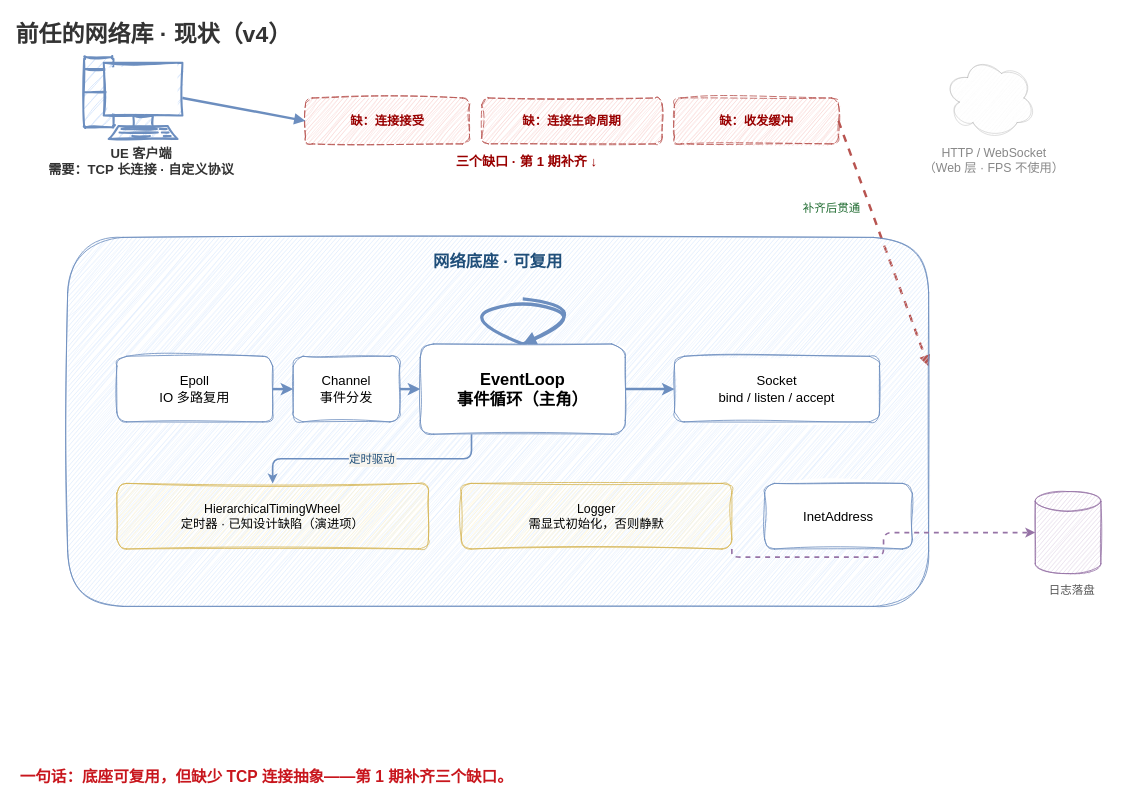
Earlier version of the draw.io diagram docs/episodes/ep01/current_design_v4.drawio (x-PiXiu/Sightline). Source tidied: cells renumbered, new cells numbered last; positions are measured from the earlier drawing's top-left corner, leaving out a move shared by most shapes. Both pictures are drawn from the tidied source at 82%, with x=0, y=0 at pixel (14, 14).
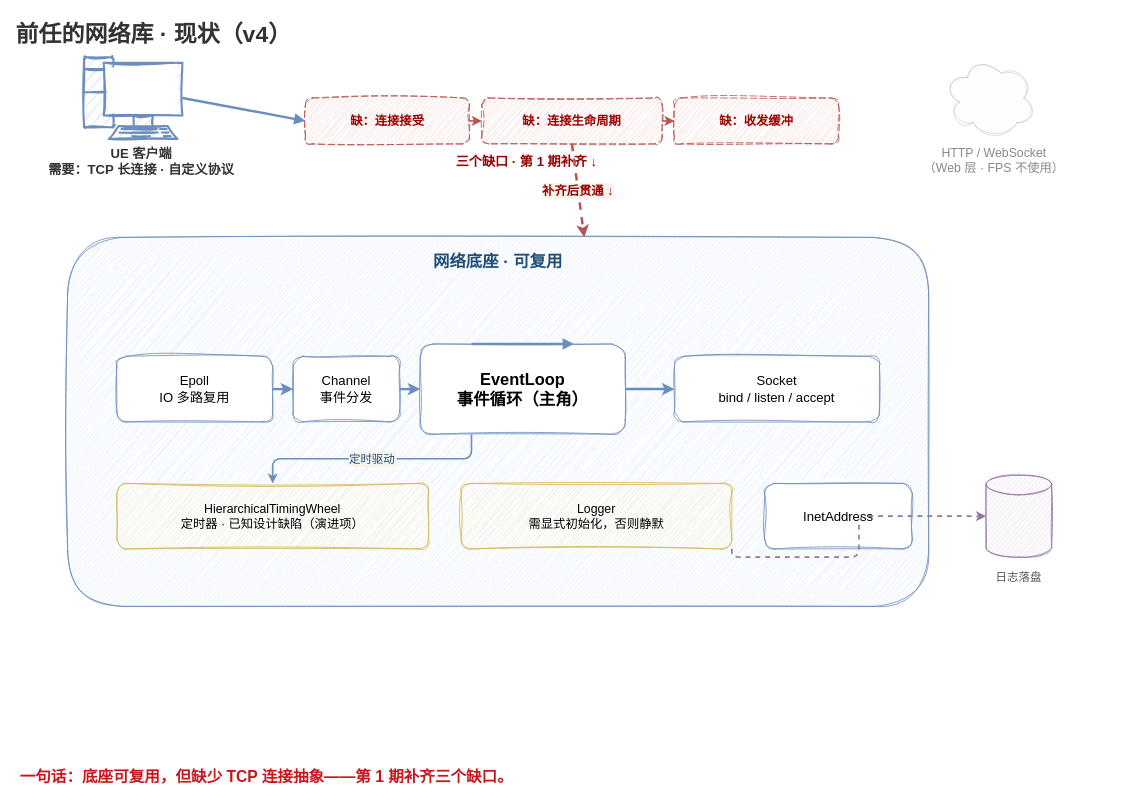
Above is the later version.

Commit message (it also covers changes not shown here):
docs(ep01): 现状架构图 v4 细节收尾——残骸清除/自环规整/圆柱就近

The change refers to these unchanged cells:
```xml
<mxCell id="7" value="缺：连接接受" style="rounded=1;whiteSpace=wrap;fillColor=#f8cecc;strokeColor=#b85450;fontSize=15;fontStyle=1;fontColor=#990000;dashed=1;dashPattern=8 4;sketch=1;curveFitting=1;jiggle=2;" parent="1" vertex="1">
  <mxGeometry x="355" y="102" width="200" height="56" as="geometry" />
</mxCell>
<mxCell id="8" value="缺：连接生命周期" style="rounded=1;whiteSpace=wrap;fillColor=#f8cecc;strokeColor=#b85450;fontSize=15;fontStyle=1;fontColor=#990000;dashed=1;dashPattern=8 4;sketch=1;curveFitting=1;jiggle=2;" parent="1" vertex="1">
  <mxGeometry x="570" y="102" width="220" height="56" as="geometry" />
</mxCell>
<mxCell id="9" value="缺：收发缓冲" style="rounded=1;whiteSpace=wrap;fillColor=#f8cecc;strokeColor=#b85450;fontSize=15;fontStyle=1;fontColor=#990000;dashed=1;dashPattern=8 4;sketch=1;curveFitting=1;jiggle=2;" parent="1" vertex="1">
  <mxGeometry x="805" y="102" width="200" height="56" as="geometry" />
</mxCell>
<mxCell id="14" value="网络底座 · 可复用" style="rounded=1;whiteSpace=wrap;fillColor=#dae8fc;strokeColor=#6c8ebf;fontSize=20;fontStyle=1;fontColor=#1f4e79;verticalAlign=top;spacingTop=10;sketch=1;curveFitting=1;jiggle=2;" parent="1" vertex="1">
  <mxGeometry x="65" y="272" width="1050" height="450" as="geometry" />
</mxCell>
<mxCell id="17" value="EventLoop&#10;事件循环（主角）" style="rounded=1;whiteSpace=wrap;fillColor=#ffffff;strokeColor=#6c8ebf;fontSize=20;fontStyle=1;sketch=1;curveFitting=1;jiggle=2;" parent="1" vertex="1">
  <mxGeometry x="495" y="402" width="250" height="110" as="geometry" />
</mxCell>
```

What changed in the source:
```diff
@@
+    <mxCell id="32" style="edgeStyle=none;strokeColor=#b85450;strokeWidth=2;dashed=1;exitX=1;exitY=0.5;entryX=0;entryY=0.5;" parent="1" edge="1" source="7" target="8">
+      <mxGeometry relative="1" as="geometry" />
+    </mxCell>
@@
+    <mxCell id="33" style="edgeStyle=none;strokeColor=#b85450;strokeWidth=2;dashed=1;exitX=1;exitY=0.5;entryX=0;entryY=0.5;" parent="1" edge="1" source="8" target="9">
+      <mxGeometry relative="1" as="geometry" />
+    </mxCell>
@@
-    <mxCell id="12" style="edgeStyle=none;strokeColor=#b85450;strokeWidth=3;dashed=1;endArrow=block;endFill=1;exitX=1;exitY=0.5;entryX=1;entryY=0.35;" parent="1" edge="1" source="9" target="14">
-      <mxGeometry relative="1" as="geometry" />
-    </mxCell>
-    <mxCell id="13" value="补齐后贯通" style="text;fontSize=14;fontColor=#1f6b30;" parent="1" vertex="1">
-      <mxGeometry x="960" y="222" width="130" height="26" as="geometry" />
-    </mxCell>
+    <mxCell id="34" value="补齐后贯通 ↓" style="edgeStyle=none;strokeColor=#b85450;strokeWidth=3;dashed=1;fontSize=15;fontStyle=1;fontColor=#990000;labelBackgroundColor=#f7f4ee;exitX=0.5;exitY=1;entryX=0.6;entryY=0;" parent="1" edge="1" source="8" target="14">
+      <mxGeometry relative="1" as="geometry" />
+    </mxCell>
@@
-    <mxCell id="15" style="endArrow=none;strokeColor=#6c8ebf;strokeWidth=4;curved=1;fillColor=none;" parent="1" edge="1">
-      <mxGeometry relative="1" as="geometry">
-        <mxPoint x="620" y="402" as="sourcePoint" />
-        <mxPoint x="620" y="402" as="targetPoint" />
-        <Array as="points">
-          <mxPoint x="545" y="372" />
-          <mxPoint x="620" y="347" />
-          <mxPoint x="695" y="372" />
-        </Array>
-      </mxGeometry>
-    </mxCell>
-    <mxCell id="16" style="endArrow=block;endFill=1;strokeColor=#6c8ebf;strokeWidth=4;curved=1;exitX=0.5;exitY=0;entryX=0.5;entryY=0;" parent="1" edge="1" target="17">
-      <mxGeometry relative="1" as="geometry">
-        <mxPoint x="620" y="347" as="sourcePoint" />
-        <Array as="points">
-          <mxPoint x="715" y="357" />
-        </Array>
-      </mxGeometry>
-    </mxCell>
@@
+    <mxCell id="15" style="curved=1;endArrow=block;endFill=1;strokeColor=#6c8ebf;strokeWidth=3;exitX=0.25;exitY=0;entryX=0.75;entryY=0;" parent="1" edge="1" source="17" target="17">
+      <mxGeometry relative="1" as="geometry" />
+    </mxCell>
@@
     <mxCell id="28" style="sketch=1;shape=cylinder3;size=12;fillColor=#e1d5e7;strokeColor=#9673a6;" parent="1" vertex="1">
-      <mxGeometry x="1245" y="582" width="80" height="100" as="geometry" />
+      <mxGeometry x="1185" y="562" width="80" height="100" as="geometry" />
     </mxCell>
     <mxCell id="29" value="日志落盘" style="text;fontSize=14;fontColor=#555;align=center;" parent="1" vertex="1">
-      <mxGeometry x="1220" y="687" width="140" height="26" as="geometry" />
+      <mxGeometry x="1155" y="672" width="140" height="26" as="geometry" />
     </mxCell>
```
